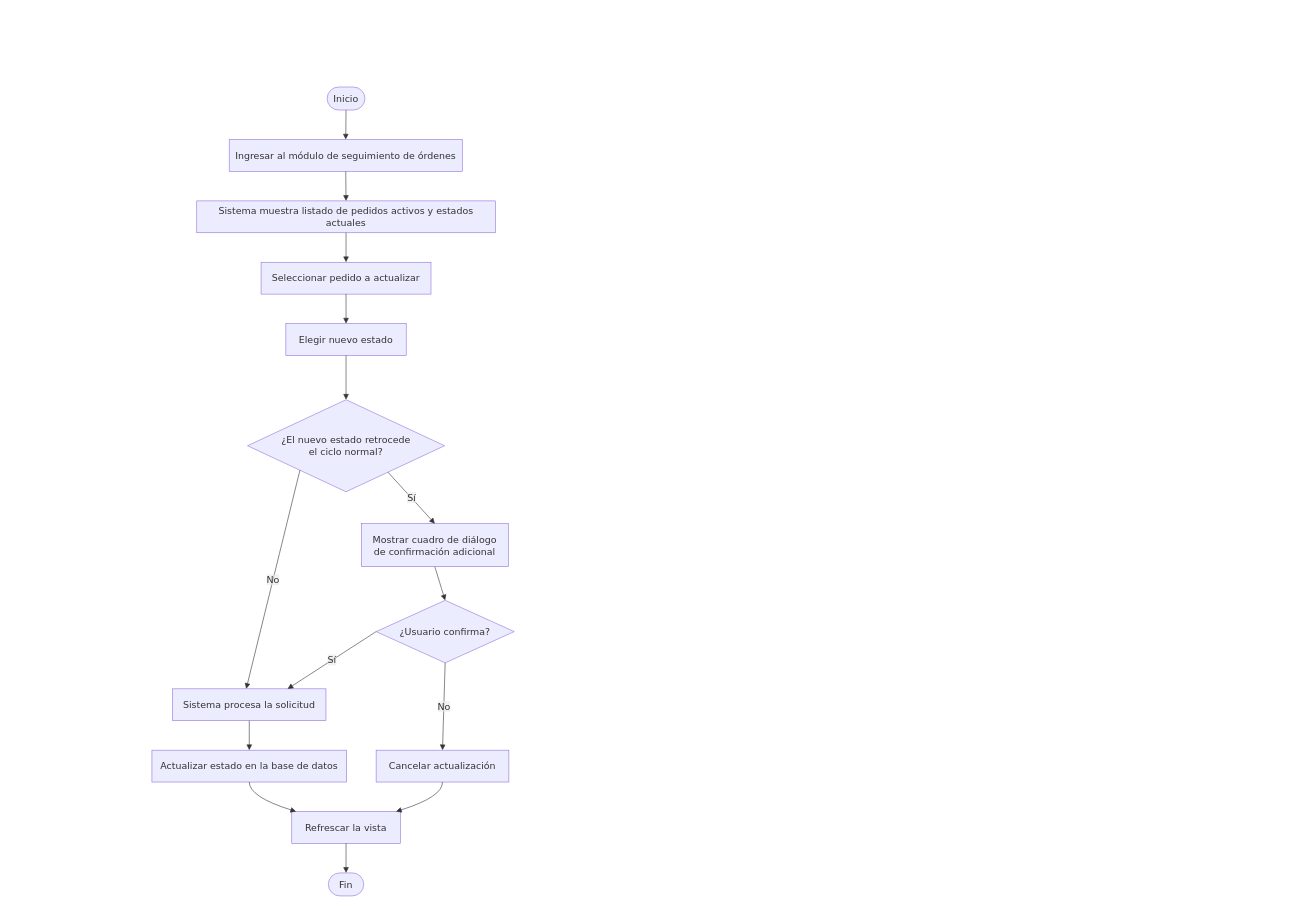
CanelaFeliz/ProyectoPPI115 keeps this draw.io diagram as page "FR08" (8 of 14) of documentacion/Diagramas/Diagramas Casos de Uso.drawio. Above is the earlier version. Source tidied: cells renumbered, new cells numbered last; positions are measured from the earlier drawing's top-left corner, leaving out a move shared by most shapes. Both pictures are drawn from the tidied source at 59%, with x=0, y=0 at pixel (10, 10).
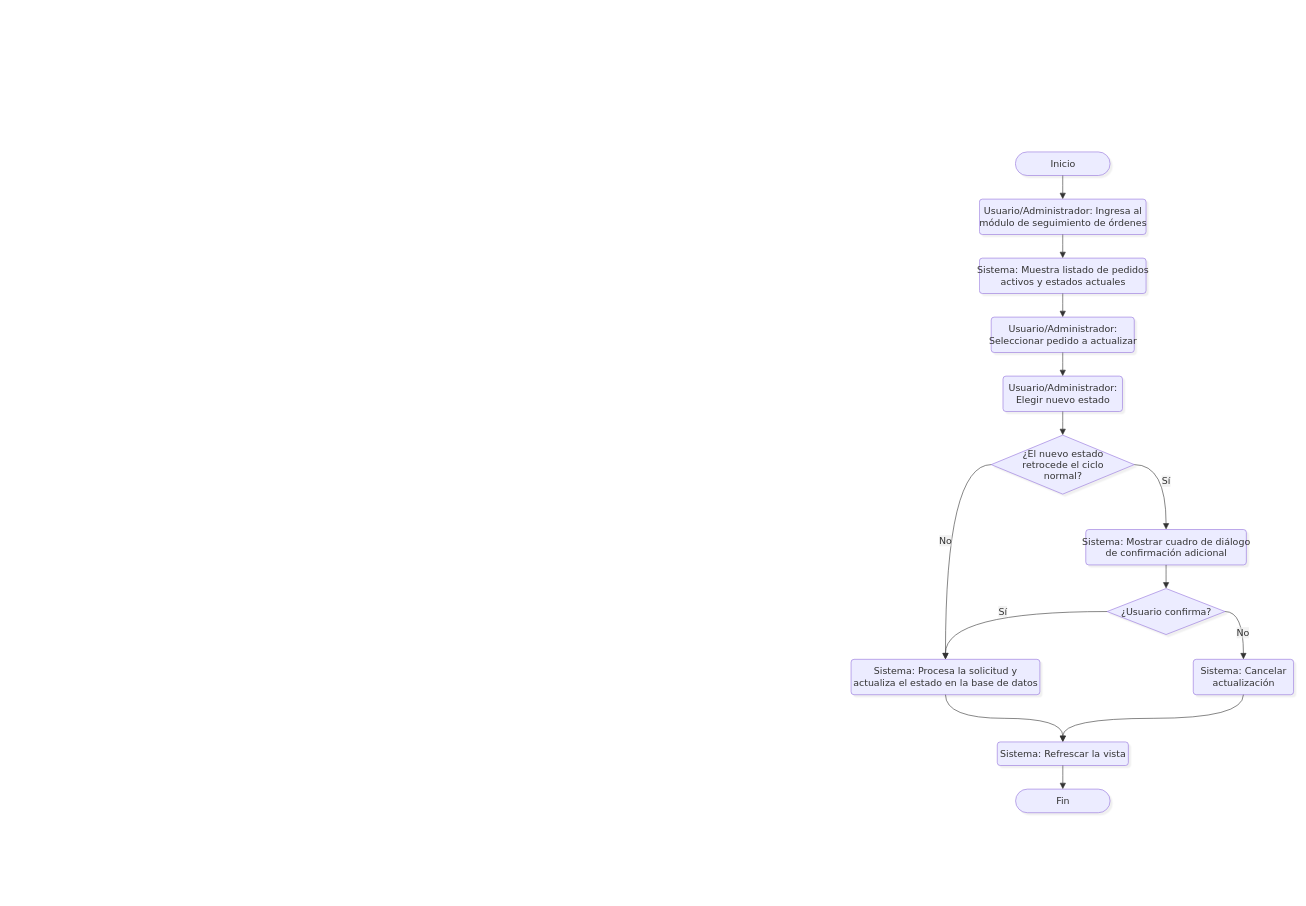
The same page after the edit.

The change refers to these unchanged cells:
```xml
<mxCell id="2" style="group;transparentBounds=1;editIcon=1;lockedGroup=0;groupPadding=10;" parent="1" vertex="1">
  <mxGeometry as="geometry" />
</mxCell>
```

Diff of the diagram source:
```diff
@@
-    <mxCell id="3" value="Inicio" style="html=1;rounded=1;whiteSpace=wrap;arcSize=50;strokeWidth=1;fillColor=light-dark(#ECECFF,#1f2020);strokeColor=light-dark(#9370DB,#cccccc);fontColor=light-dark(#333333,#cccccc);fontFamily=Trebuchet MS,Verdana,Arial,sans-serif;fontSize=16;" parent="2" vertex="1">
-      <mxGeometry x="537" y="130" width="64" height="39" as="geometry" />
+    <mxCell id="3" value="Inicio" style="html=1;rounded=1;arcSize=50;strokeWidth=1;fillColor=light-dark(#ECECFF,#1f2020);strokeColor=light-dark(#9370DB,#cccccc);fontColor=light-dark(#333333,#cccccc);fontFamily=Trebuchet MS,Verdana,Arial,sans-serif;fontSize=16;shadow=1;shadowColor=#000000;shadowOffsetX=4;shadowOffsetY=4;shadowBlur=0;shadowOpacity=6;" parent="2" vertex="1">
+      <mxGeometry x="1703.5" y="240" width="160.5" height="40" as="geometry" />
     </mxCell>
-    <mxCell id="4" value="Ingresar al módulo de seguimiento de órdenes" style="html=1;whiteSpace=wrap;strokeWidth=1;fillColor=light-dark(#ECECFF,#1f2020);strokeColor=light-dark(#9370DB,#cccccc);fontColor=light-dark(#333333,#cccccc);fontFamily=Trebuchet MS,Verdana,Arial,sans-serif;fontSize=16;" parent="2" vertex="1">
-      <mxGeometry x="371" y="219" width="395" height="54" as="geometry" />
-    </mxCell>
-    <mxCell id="5" value="Sistema muestra listado de pedidos activos y estados actuales" style="html=1;whiteSpace=wrap;strokeWidth=1;fillColor=light-dark(#ECECFF,#1f2020);strokeColor=light-dark(#9370DB,#cccccc);fontColor=light-dark(#333333,#cccccc);fontFamily=Trebuchet MS,Verdana,Arial,sans-serif;fontSize=16;" parent="2" vertex="1">
-      <mxGeometry x="316" y="323" width="506" height="54" as="geometry" />
-    </mxCell>
-    <mxCell id="6" value="Seleccionar pedido a actualizar" style="html=1;whiteSpace=wrap;strokeWidth=1;fillColor=light-dark(#ECECFF,#1f2020);strokeColor=light-dark(#9370DB,#cccccc);fontColor=light-dark(#333333,#cccccc);fontFamily=Trebuchet MS,Verdana,Arial,sans-serif;fontSize=16;" parent="2" vertex="1">
-      <mxGeometry x="425" y="427" width="288" height="54" as="geometry" />
-    </mxCell>
-    <mxCell id="7" value="Elegir nuevo estado" style="html=1;whiteSpace=wrap;strokeWidth=1;fillColor=light-dark(#ECECFF,#1f2020);strokeColor=light-dark(#9370DB,#cccccc);fontColor=light-dark(#333333,#cccccc);fontFamily=Trebuchet MS,Verdana,Arial,sans-serif;fontSize=16;" parent="2" vertex="1">
-      <mxGeometry x="467" y="531" width="204" height="54" as="geometry" />
-    </mxCell>
+    <mxCell id="30" value="Usuario/Administrador: Ingresa al&lt;br&gt;módulo de seguimiento de órdenes" style="rounded=1;absoluteArcSize=1;arcSize=10;html=1;strokeWidth=1;fillColor=light-dark(#ECECFF,#1f2020);strokeColor=light-dark(#9370DB,#cccccc);fontColor=light-dark(#333333,#cccccc);fontFamily=Trebuchet MS,Verdana,Arial,sans-serif;fontSize=16;shadow=1;shadowColor=#000000;shadowOffsetX=4;shadowOffsetY=4;shadowBlur=0;shadowOpacity=6;labelWidth=120;" parent="2" vertex="1">
+      <mxGeometry x="1642.5" y="320" width="282.5" height="60" as="geometry" />
+    </mxCell>
+    <mxCell id="31" value="Sistema: Muestra listado de pedidos&lt;br&gt;activos y estados actuales" style="rounded=1;absoluteArcSize=1;arcSize=10;html=1;strokeWidth=1;fillColor=light-dark(#ECECFF,#1f2020);strokeColor=light-dark(#9370DB,#cccccc);fontColor=light-dark(#333333,#cccccc);fontFamily=Trebuchet MS,Verdana,Arial,sans-serif;fontSize=16;shadow=1;shadowColor=#000000;shadowOffsetX=4;shadowOffsetY=4;shadowBlur=0;shadowOpacity=6;labelWidth=120;" parent="2" vertex="1">
+      <mxGeometry x="1642.5" y="420" width="282.5" height="60" as="geometry" />
+    </mxCell>
+    <mxCell id="32" value="Usuario/Administrador:&lt;br&gt;Seleccionar pedido a actualizar" style="rounded=1;absoluteArcSize=1;arcSize=10;html=1;strokeWidth=1;fillColor=light-dark(#ECECFF,#1f2020);strokeColor=light-dark(#9370DB,#cccccc);fontColor=light-dark(#333333,#cccccc);fontFamily=Trebuchet MS,Verdana,Arial,sans-serif;fontSize=16;shadow=1;shadowColor=#000000;shadowOffsetX=4;shadowOffsetY=4;shadowBlur=0;shadowOpacity=6;labelWidth=120;" parent="2" vertex="1">
+      <mxGeometry x="1662.5" y="520" width="242.5" height="60" as="geometry" />
+    </mxCell>
+    <mxCell id="33" value="Usuario/Administrador:&lt;br&gt;Elegir nuevo estado" style="rounded=1;absoluteArcSize=1;arcSize=10;html=1;strokeWidth=1;fillColor=light-dark(#ECECFF,#1f2020);strokeColor=light-dark(#9370DB,#cccccc);fontColor=light-dark(#333333,#cccccc);fontFamily=Trebuchet MS,Verdana,Arial,sans-serif;fontSize=16;shadow=1;shadowColor=#000000;shadowOffsetX=4;shadowOffsetY=4;shadowBlur=0;shadowOpacity=6;labelWidth=120;" parent="2" vertex="1">
+      <mxGeometry x="1682.5" y="620" width="202.5" height="60" as="geometry" />
+    </mxCell>
-    <mxCell id="8" value="¿El nuevo estado retrocede&#10;el ciclo normal?" style="rhombus;html=1;strokeWidth=1;whiteSpace=wrap;fillColor=light-dark(#ECECFF,#1f2020);strokeColor=light-dark(#9370DB,#cccccc);fontColor=light-dark(#333333,#cccccc);fontFamily=Trebuchet MS,Verdana,Arial,sans-serif;fontSize=16;" parent="2" vertex="1">
-      <mxGeometry x="402" y="660" width="334" height="156" as="geometry" />
+    <mxCell id="8" value="¿El nuevo estado&lt;br&gt;retrocede el ciclo&lt;br&gt;normal?" style="rhombus;html=1;strokeWidth=1;fillColor=light-dark(#ECECFF,#1f2020);strokeColor=light-dark(#9370DB,#cccccc);fontColor=light-dark(#333333,#cccccc);fontFamily=Trebuchet MS,Verdana,Arial,sans-serif;fontSize=16;shadow=1;shadowColor=#000000;shadowOffsetX=4;shadowOffsetY=4;shadowBlur=0;shadowOpacity=6;labelWidth=120;" parent="2" vertex="1">
+      <mxGeometry x="1662.5" y="720" width="242.5" height="100" as="geometry" />
     </mxCell>
-    <mxCell id="9" value="Sistema procesa la solicitud" style="html=1;whiteSpace=wrap;strokeWidth=1;fillColor=light-dark(#ECECFF,#1f2020);strokeColor=light-dark(#9370DB,#cccccc);fontColor=light-dark(#333333,#cccccc);fontFamily=Trebuchet MS,Verdana,Arial,sans-serif;fontSize=16;" parent="2" vertex="1">
-      <mxGeometry x="275" y="1150" width="260" height="54" as="geometry" />
-    </mxCell>
-    <mxCell id="10" value="Actualizar estado en la base de datos" style="html=1;whiteSpace=wrap;strokeWidth=1;fillColor=light-dark(#ECECFF,#1f2020);strokeColor=light-dark(#9370DB,#cccccc);fontColor=light-dark(#333333,#cccccc);fontFamily=Trebuchet MS,Verdana,Arial,sans-serif;fontSize=16;" parent="2" vertex="1">
-      <mxGeometry x="240" y="1254" width="330" height="54" as="geometry" />
-    </mxCell>
-    <mxCell id="11" value="Refrescar la vista" style="html=1;whiteSpace=wrap;strokeWidth=1;fillColor=light-dark(#ECECFF,#1f2020);strokeColor=light-dark(#9370DB,#cccccc);fontColor=light-dark(#333333,#cccccc);fontFamily=Trebuchet MS,Verdana,Arial,sans-serif;fontSize=16;" parent="2" vertex="1">
-      <mxGeometry x="477" y="1358" width="184" height="54" as="geometry" />
-    </mxCell>
+    <mxCell id="34" value="Sistema: Mostrar cuadro de diálogo&lt;br&gt;de confirmación adicional" style="rounded=1;absoluteArcSize=1;arcSize=10;html=1;strokeWidth=1;fillColor=light-dark(#ECECFF,#1f2020);strokeColor=light-dark(#9370DB,#cccccc);fontColor=light-dark(#333333,#cccccc);fontFamily=Trebuchet MS,Verdana,Arial,sans-serif;fontSize=16;shadow=1;shadowColor=#000000;shadowOffsetX=4;shadowOffsetY=4;shadowBlur=0;shadowOpacity=6;labelWidth=120;" parent="2" vertex="1">
+      <mxGeometry x="1822.8" y="880" width="272.2" height="60" as="geometry" />
+    </mxCell>
+    <mxCell id="14" value="¿Usuario confirma?" style="rhombus;html=1;strokeWidth=1;fillColor=light-dark(#ECECFF,#1f2020);strokeColor=light-dark(#9370DB,#cccccc);fontColor=light-dark(#333333,#cccccc);fontFamily=Trebuchet MS,Verdana,Arial,sans-serif;fontSize=16;shadow=1;shadowColor=#000000;shadowOffsetX=4;shadowOffsetY=4;shadowBlur=0;shadowOpacity=6;labelWidth=120;" parent="2" vertex="1">
+      <mxGeometry x="1858.9" y="980" width="200" height="78" as="geometry" />
+    </mxCell>
+    <mxCell id="35" value="Sistema: Procesa la solicitud y&lt;br&gt;actualiza el estado en la base de datos" style="rounded=1;absoluteArcSize=1;arcSize=10;html=1;strokeWidth=1;fillColor=light-dark(#ECECFF,#1f2020);strokeColor=light-dark(#9370DB,#cccccc);fontColor=light-dark(#333333,#cccccc);fontFamily=Trebuchet MS,Verdana,Arial,sans-serif;fontSize=16;shadow=1;shadowColor=#000000;shadowOffsetX=4;shadowOffsetY=4;shadowBlur=0;shadowOpacity=6;labelWidth=120;" parent="2" vertex="1">
+      <mxGeometry x="1425" y="1100" width="320" height="60" as="geometry" />
+    </mxCell>
+    <mxCell id="36" value="Sistema: Cancelar&lt;br&gt;actualización" style="rounded=1;absoluteArcSize=1;arcSize=10;html=1;strokeWidth=1;fillColor=light-dark(#ECECFF,#1f2020);strokeColor=light-dark(#9370DB,#cccccc);fontColor=light-dark(#333333,#cccccc);fontFamily=Trebuchet MS,Verdana,Arial,sans-serif;fontSize=16;shadow=1;shadowColor=#000000;shadowOffsetX=4;shadowOffsetY=4;shadowBlur=0;shadowOpacity=6;labelWidth=120;" parent="2" vertex="1">
+      <mxGeometry x="2005" y="1100" width="170" height="60" as="geometry" />
+    </mxCell>
+    <mxCell id="37" value="Sistema: Refrescar la vista" style="rounded=1;absoluteArcSize=1;arcSize=10;html=1;strokeWidth=1;fillColor=light-dark(#ECECFF,#1f2020);strokeColor=light-dark(#9370DB,#cccccc);fontColor=light-dark(#333333,#cccccc);fontFamily=Trebuchet MS,Verdana,Arial,sans-serif;fontSize=16;shadow=1;shadowColor=#000000;shadowOffsetX=4;shadowOffsetY=4;shadowBlur=0;shadowOpacity=6;labelWidth=120;" parent="2" vertex="1">
+      <mxGeometry x="1672.8" y="1240" width="222.2" height="40" as="geometry" />
+    </mxCell>
-    <mxCell id="12" value="Fin" style="html=1;rounded=1;whiteSpace=wrap;arcSize=50;strokeWidth=1;fillColor=light-dark(#ECECFF,#1f2020);strokeColor=light-dark(#9370DB,#cccccc);fontColor=light-dark(#333333,#cccccc);fontFamily=Trebuchet MS,Verdana,Arial,sans-serif;fontSize=16;" parent="2" vertex="1">
-      <mxGeometry x="539" y="1462" width="60" height="39" as="geometry" />
+    <mxCell id="12" value="Fin" style="html=1;rounded=1;arcSize=50;strokeWidth=1;fillColor=light-dark(#ECECFF,#1f2020);strokeColor=light-dark(#9370DB,#cccccc);fontColor=light-dark(#333333,#cccccc);fontFamily=Trebuchet MS,Verdana,Arial,sans-serif;fontSize=16;shadow=1;shadowColor=#000000;shadowOffsetX=4;shadowOffsetY=4;shadowBlur=0;shadowOpacity=6;" parent="2" vertex="1">
+      <mxGeometry x="1703.8" y="1320" width="160.2" height="40" as="geometry" />
     </mxCell>
-    <mxCell id="13" value="Mostrar cuadro de diálogo&#10;de confirmación adicional" style="html=1;whiteSpace=wrap;strokeWidth=1;fillColor=light-dark(#ECECFF,#1f2020);strokeColor=light-dark(#9370DB,#cccccc);fontColor=light-dark(#333333,#cccccc);fontFamily=Trebuchet MS,Verdana,Arial,sans-serif;fontSize=16;" parent="2" vertex="1">
-      <mxGeometry x="595" y="870" width="249" height="73" as="geometry" />
-    </mxCell>
-    <mxCell id="14" value="¿Usuario confirma?" style="rhombus;html=1;strokeWidth=1;whiteSpace=wrap;fillColor=light-dark(#ECECFF,#1f2020);strokeColor=light-dark(#9370DB,#cccccc);fontColor=light-dark(#333333,#cccccc);fontFamily=Trebuchet MS,Verdana,Arial,sans-serif;fontSize=16;" parent="2" vertex="1">
-      <mxGeometry x="620" y="1000" width="234" height="106" as="geometry" />
-    </mxCell>
-    <mxCell id="15" value="Cancelar actualización" style="html=1;whiteSpace=wrap;strokeWidth=1;fillColor=light-dark(#ECECFF,#1f2020);strokeColor=light-dark(#9370DB,#cccccc);fontColor=light-dark(#333333,#cccccc);fontFamily=Trebuchet MS,Verdana,Arial,sans-serif;fontSize=16;" parent="2" vertex="1">
-      <mxGeometry x="620" y="1254" width="225" height="54" as="geometry" />
-    </mxCell>
-    <mxCell id="16" style="curved=1;startArrow=none;endArrow=block;endSize=7;strokeColor=light-dark(#333333,#cccccc);exitX=0.5;exitY=1;entryX=0.5;entryY=0;rounded=0;" parent="2" edge="1" source="3" target="4">
-      <mxGeometry relative="1" as="geometry" />
-    </mxCell>
-    <mxCell id="17" style="curved=1;startArrow=none;endArrow=block;endSize=7;strokeColor=light-dark(#333333,#cccccc);exitX=0.5;exitY=1;entryX=0.5;entryY=0;rounded=0;" parent="2" edge="1" source="4" target="5">
-      <mxGeometry relative="1" as="geometry" />
-    </mxCell>
-    <mxCell id="18" style="curved=1;startArrow=none;endArrow=block;endSize=7;strokeColor=light-dark(#333333,#cccccc);exitX=0.5;exitY=1;entryX=0.5;entryY=0;rounded=0;" parent="2" edge="1" source="5" target="6">
-      <mxGeometry relative="1" as="geometry" />
-    </mxCell>
-    <mxCell id="19" style="curved=1;startArrow=none;endArrow=block;endSize=7;strokeColor=light-dark(#333333,#cccccc);exitX=0.5;exitY=1;entryX=0.5;entryY=0;rounded=0;" parent="2" edge="1" source="6" target="7">
-      <mxGeometry relative="1" as="geometry" />
-    </mxCell>
-    <mxCell id="20" style="curved=1;startArrow=none;endArrow=block;endSize=7;strokeColor=light-dark(#333333,#cccccc);exitX=0.5;exitY=1;entryX=0.5;entryY=0;rounded=0;" parent="2" edge="1" source="7" target="8">
-      <mxGeometry relative="1" as="geometry" />
-    </mxCell>
-    <mxCell id="21" value="No" style="curved=1;startArrow=none;endArrow=block;endSize=7;strokeColor=light-dark(#333333,#cccccc);html=1;fontSize=16;labelBackgroundColor=light-dark(#E8E8E88D,#2a2a2a8D);fontFamily=Trebuchet MS,Verdana,Arial,sans-serif;fontColor=light-dark(#333333,#cccccc);exitX=0.06;exitY=1;entryX=0.48;entryY=0;rounded=0;" parent="2" edge="1" source="8" target="9">
-      <mxGeometry relative="1" as="geometry" />
-    </mxCell>
-    <mxCell id="22" style="curved=1;startArrow=none;endArrow=block;endSize=7;strokeColor=light-dark(#333333,#cccccc);exitX=0.5;exitY=1;entryX=0.5;entryY=0;rounded=0;" parent="2" edge="1" source="9" target="10">
-      <mxGeometry relative="1" as="geometry" />
-    </mxCell>
-    <mxCell id="23" style="curved=1;startArrow=none;endArrow=block;endSize=7;strokeColor=light-dark(#333333,#cccccc);exitX=0.5;exitY=1;entryX=0.04;entryY=0;rounded=0;" parent="2" edge="1" source="10" target="11">
-      <mxGeometry relative="1" as="geometry">
-        <Array as="points">
-          <mxPoint x="405" y="1333" />
-        </Array>
-      </mxGeometry>
-    </mxCell>
-    <mxCell id="24" style="curved=1;startArrow=none;endArrow=block;endSize=7;strokeColor=light-dark(#333333,#cccccc);exitX=0.5;exitY=1;entryX=0.5;entryY=0;rounded=0;" parent="2" edge="1" source="11" target="12">
-      <mxGeometry relative="1" as="geometry" />
-    </mxCell>
-    <mxCell id="25" value="Sí" style="curved=1;startArrow=none;endArrow=block;endSize=7;strokeColor=light-dark(#333333,#cccccc);html=1;fontSize=16;labelBackgroundColor=light-dark(#E8E8E88D,#2a2a2a8D);fontFamily=Trebuchet MS,Verdana,Arial,sans-serif;fontColor=light-dark(#333333,#cccccc);exitX=0.87;exitY=1;entryX=0.5;entryY=0;rounded=0;" parent="2" edge="1" source="8" target="13">
-      <mxGeometry relative="1" as="geometry" />
-    </mxCell>
-    <mxCell id="26" style="curved=1;startArrow=none;endArrow=block;endSize=7;strokeColor=light-dark(#333333,#cccccc);exitX=0.5;exitY=1;entryX=0.5;entryY=0;rounded=0;" parent="2" edge="1" source="13" target="14">
-      <mxGeometry relative="1" as="geometry" />
-    </mxCell>
-    <mxCell id="27" value="Sí" style="curved=1;startArrow=none;endArrow=block;endSize=7;strokeColor=light-dark(#333333,#cccccc);html=1;fontSize=16;labelBackgroundColor=light-dark(#E8E8E88D,#2a2a2a8D);fontFamily=Trebuchet MS,Verdana,Arial,sans-serif;fontColor=light-dark(#333333,#cccccc);exitX=0;exitY=0.5;entryX=0.75;entryY=0;rounded=0;exitDx=0;exitDy=0;" parent="2" edge="1" source="14" target="9">
-      <mxGeometry relative="1" as="geometry" />
-    </mxCell>
-    <mxCell id="28" value="No" style="curved=1;startArrow=none;endArrow=block;endSize=7;strokeColor=light-dark(#333333,#cccccc);html=1;fontSize=16;labelBackgroundColor=light-dark(#E8E8E88D,#2a2a2a8D);fontFamily=Trebuchet MS,Verdana,Arial,sans-serif;fontColor=light-dark(#333333,#cccccc);entryX=0.5;entryY=0;rounded=0;exitX=0.5;exitY=1;exitDx=0;exitDy=0;" parent="2" edge="1" source="14" target="15">
-      <mxGeometry relative="1" as="geometry" />
-    </mxCell>
-    <mxCell id="29" style="curved=1;startArrow=none;endArrow=block;endSize=7;strokeColor=light-dark(#333333,#cccccc);exitX=0.5;exitY=1;entryX=0.96;entryY=0;rounded=0;" parent="2" edge="1" source="15" target="11">
-      <mxGeometry relative="1" as="geometry">
-        <Array as="points">
-          <mxPoint x="733" y="1333" />
-        </Array>
-      </mxGeometry>
-    </mxCell>
+    <mxCell id="38" style="curved=1;startArrow=none;endArrow=block;endSize=8;strokeColor=light-dark(#333333,#cccccc);exitX=0.5;exitY=1;entryX=0.5;entryY=0;targetPerimeterSpacing=4;rounded=0;" parent="2" edge="1" source="3" target="30">
+      <mxGeometry relative="1" as="geometry" />
+    </mxCell>
+    <mxCell id="39" style="curved=1;startArrow=none;endArrow=block;endSize=8;strokeColor=light-dark(#333333,#cccccc);exitX=0.5;exitY=1;entryX=0.5;entryY=0;targetPerimeterSpacing=4;rounded=0;" parent="2" edge="1" source="30" target="31">
+      <mxGeometry relative="1" as="geometry" />
+    </mxCell>
+    <mxCell id="40" style="curved=1;startArrow=none;endArrow=block;endSize=8;strokeColor=light-dark(#333333,#cccccc);exitX=0.5;exitY=1;entryX=0.5;entryY=0;targetPerimeterSpacing=4;rounded=0;" parent="2" edge="1" source="31" target="32">
+      <mxGeometry relative="1" as="geometry" />
+    </mxCell>
+    <mxCell id="41" style="curved=1;startArrow=none;endArrow=block;endSize=8;strokeColor=light-dark(#333333,#cccccc);exitX=0.5;exitY=1;entryX=0.5;entryY=0;targetPerimeterSpacing=4;rounded=0;" parent="2" edge="1" source="32" target="33">
+      <mxGeometry relative="1" as="geometry" />
+    </mxCell>
+    <mxCell id="42" style="curved=1;startArrow=none;endArrow=block;endSize=8;strokeColor=light-dark(#333333,#cccccc);exitX=0.5;exitY=1;entryX=0.5;entryY=0;targetPerimeterSpacing=4;rounded=0;" parent="2" edge="1" source="33" target="8">
+      <mxGeometry relative="1" as="geometry" />
+    </mxCell>
+    <mxCell id="43" value="Sí" style="curved=1;startArrow=none;endArrow=block;endSize=8;strokeColor=light-dark(#333333,#cccccc);html=1;fontSize=16;labelBackgroundColor=light-dark(#E8E8E88D,#2a2a2a8D);fontFamily=Trebuchet MS,Verdana,Arial,sans-serif;fontColor=light-dark(#333333,#cccccc);exitX=1;exitY=0.5;entryX=0.5;entryY=0;targetPerimeterSpacing=4;rounded=0;exitDx=0;exitDy=0;edgeStyle=orthogonalEdgeStyle;curveGeometry=1;" parent="2" edge="1" source="8" target="34">
+      <mxGeometry relative="1" as="geometry" />
+    </mxCell>
+    <mxCell id="44" style="curved=1;startArrow=none;endArrow=block;endSize=8;strokeColor=light-dark(#333333,#cccccc);exitX=0.5;exitY=1;entryX=0.5;entryY=0;targetPerimeterSpacing=4;rounded=0;" parent="2" edge="1" source="34" target="14">
+      <mxGeometry relative="1" as="geometry" />
+    </mxCell>
+    <mxCell id="45" value="Sí" style="curved=1;startArrow=none;endArrow=block;endSize=8;strokeColor=light-dark(#333333,#cccccc);html=1;fontSize=16;labelBackgroundColor=light-dark(#E8E8E88D,#2a2a2a8D);fontFamily=Trebuchet MS,Verdana,Arial,sans-serif;fontColor=light-dark(#333333,#cccccc);exitX=0;exitY=0.5;targetPerimeterSpacing=4;rounded=0;exitDx=0;exitDy=0;entryX=0.5;entryY=0;entryDx=0;entryDy=0;edgeStyle=orthogonalEdgeStyle;curveGeometry=1;" parent="2" edge="1" source="14" target="35">
+      <mxGeometry relative="1" as="geometry" />
+    </mxCell>
+    <mxCell id="46" value="No" style="curved=1;startArrow=none;endArrow=block;endSize=8;strokeColor=light-dark(#333333,#cccccc);html=1;fontSize=16;labelBackgroundColor=light-dark(#E8E8E88D,#2a2a2a8D);fontFamily=Trebuchet MS,Verdana,Arial,sans-serif;fontColor=light-dark(#333333,#cccccc);exitX=1;exitY=0.5;entryX=0.5;entryY=0;targetPerimeterSpacing=4;rounded=0;exitDx=0;exitDy=0;edgeStyle=orthogonalEdgeStyle;curveGeometry=1;" parent="2" edge="1" source="14" target="36">
+      <mxGeometry x="0.2" y="-1" relative="1" as="geometry" />
+    </mxCell>
+    <mxCell id="47" value="No" style="curved=1;startArrow=none;endArrow=block;endSize=8;strokeColor=light-dark(#333333,#cccccc);html=1;fontSize=16;labelBackgroundColor=light-dark(#E8E8E88D,#2a2a2a8D);fontFamily=Trebuchet MS,Verdana,Arial,sans-serif;fontColor=light-dark(#333333,#cccccc);exitX=0;exitY=0.5;targetPerimeterSpacing=4;rounded=0;exitDx=0;exitDy=0;entryX=0.5;entryY=0;entryDx=0;entryDy=0;edgeStyle=orthogonalEdgeStyle;curveGeometry=1;" parent="2" edge="1" source="8" target="35">
+      <mxGeometry x="0.01" relative="1" as="geometry" />
+    </mxCell>
+    <mxCell id="48" style="curved=1;startArrow=none;endArrow=block;endSize=8;strokeColor=light-dark(#333333,#cccccc);exitX=0.5;exitY=0.99;entryX=0.5;entryY=0;targetPerimeterSpacing=4;rounded=0;entryDx=0;entryDy=0;edgeStyle=orthogonalEdgeStyle;curveGeometry=1;" parent="2" edge="1" source="35" target="37">
+      <mxGeometry relative="1" as="geometry" />
+    </mxCell>
+    <mxCell id="49" style="curved=1;startArrow=none;endArrow=block;endSize=8;strokeColor=light-dark(#333333,#cccccc);exitX=0.5;exitY=1;entryX=0.5;entryY=0;targetPerimeterSpacing=4;rounded=0;entryDx=0;entryDy=0;edgeStyle=orthogonalEdgeStyle;curveGeometry=1;" parent="2" edge="1" source="36" target="37">
+      <mxGeometry relative="1" as="geometry" />
+    </mxCell>
+    <mxCell id="50" style="curved=1;startArrow=none;endArrow=block;endSize=8;strokeColor=light-dark(#333333,#cccccc);exitX=0.5;exitY=1;entryX=0.5;entryY=0;targetPerimeterSpacing=4;rounded=0;" parent="2" edge="1" source="37" target="12">
+      <mxGeometry relative="1" as="geometry" />
+    </mxCell>
```
